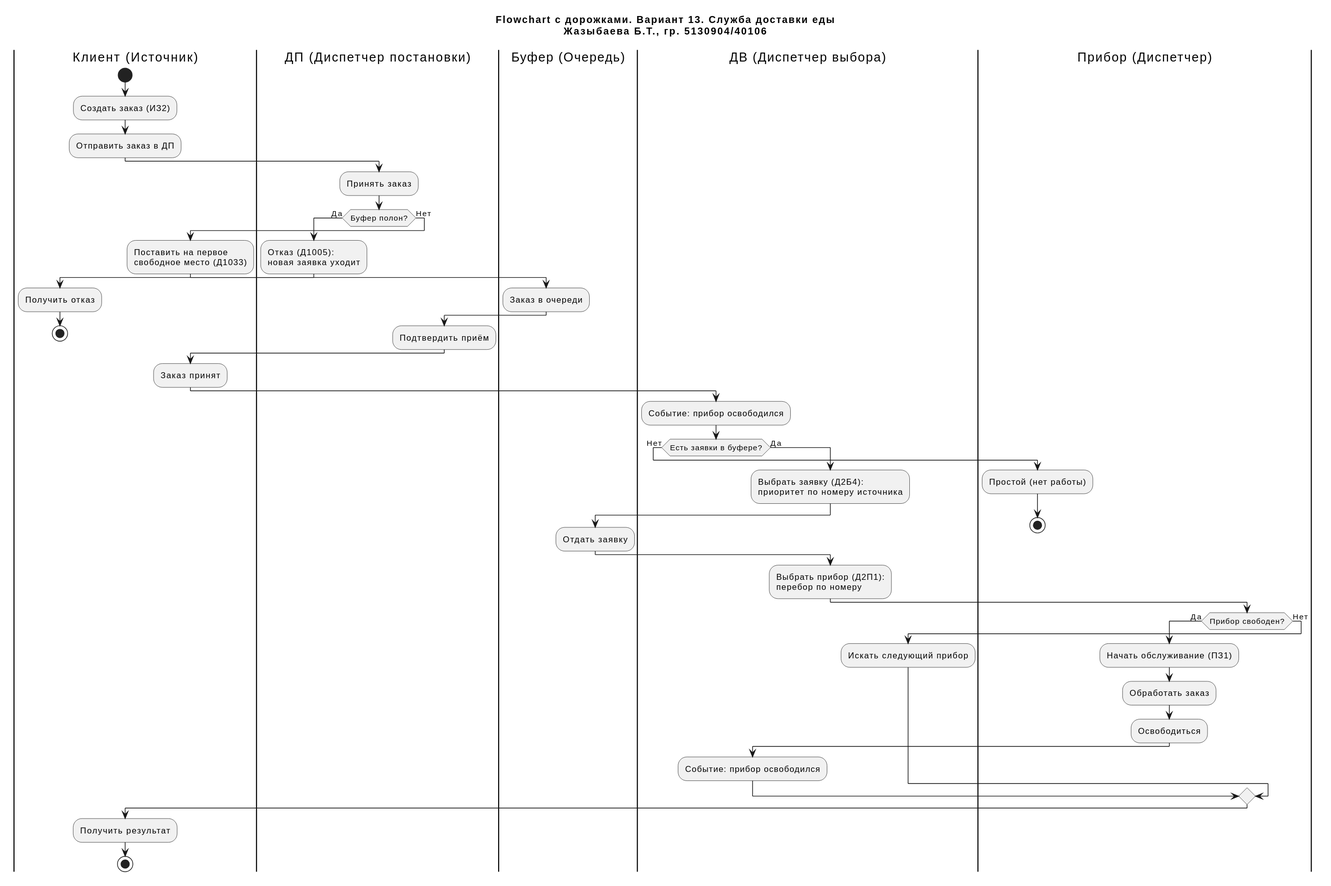
Before: flowchart.svg, a diagram exported from PlantUML (dsctannie/SMO_Variant13). Source of this version:
```plantuml
@startuml
title Flowchart с дорожками. Вариант 13. Служба доставки еды\nЖазыбаева Б.Т., гр. 5130904/40106

|Клиент (Источник)|
start
:Создать заказ (ИЗ2);
:Отправить заказ в ДП;

|ДП (Диспетчер постановки)|
:Принять заказ;
if (Буфер полон?) then (Да)
  :Отказ (Д1005):\nновая заявка уходит;
  |Клиент (Источник)|
  :Получить отказ;
  stop
else (Нет)
  :Поставить на первое\nсвободное место (Д1033);
  |Буфер (Очередь)|
  :Заказ в очереди;
  |ДП (Диспетчер постановки)|
  :Подтвердить приём;
  |Клиент (Источник)|
  :Заказ принят;
endif

|ДВ (Диспетчер выбора)|
:Событие: прибор освободился;
if (Есть заявки в буфере?) then (Нет)
  |Прибор (Диспетчер)|
  :Простой (нет работы);
  stop
else (Да)
  |ДВ (Диспетчер выбора)|
  :Выбрать заявку (Д2Б4):\nприоритет по номеру источника;
  |Буфер (Очередь)|
  :Отдать заявку;
  |ДВ (Диспетчер выбора)|
  :Выбрать прибор (Д2П1):\nперебор по номеру;
  |Прибор (Диспетчер)|
  if (Прибор свободен?) then (Да)
    :Начать обслуживание (ПЗ1);
    :Обработать заказ;
    :Освободиться;
    |ДВ (Диспетчер выбора)|
    :Событие: прибор освободился;
  else (Нет)
    |ДВ (Диспетчер выбора)|
    :Искать следующий прибор;
  endif
endif

|Клиент (Источник)|
:Получить результат;

stop
@enduml
```
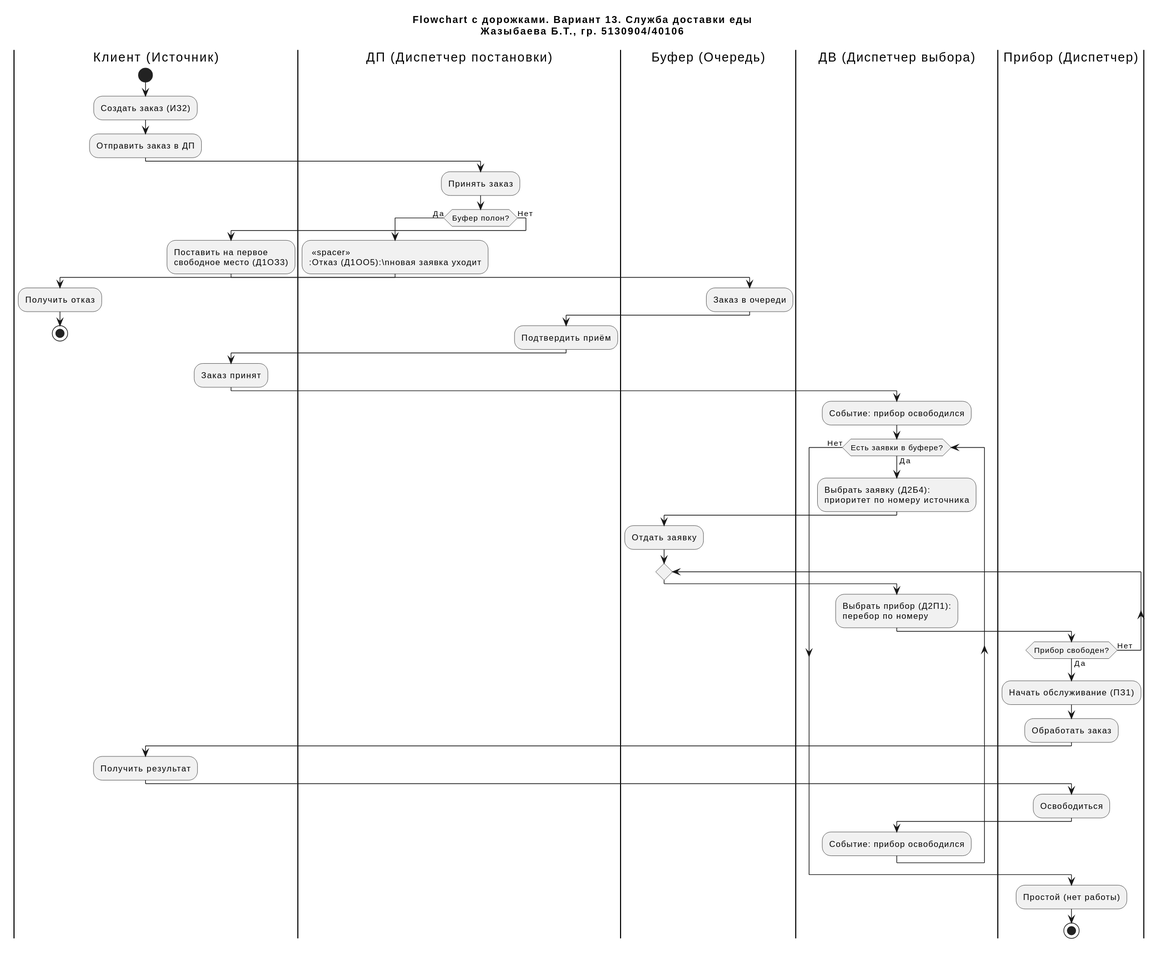
After the change.

Change to the diagram source:
```diff
@@ -1,5 +1,10 @@
 @startuml
 title Flowchart с дорожками. Вариант 13. Служба доставки еды\nЖазыбаева Б.Т., гр. 5130904/40106
+
+skinparam activity {
+  BackgroundColor<<spacer>> Transparent
+  BorderColor<<spacer>> Transparent
+}
 
 |Клиент (Источник)|
 start
@@ -9,48 +14,58 @@
 |ДП (Диспетчер постановки)|
 :Принять заказ;
 if (Буфер полон?) then (Да)
-  :Отказ (Д1005):\nновая заявка уходит;
+  : <<spacer>>
+  :Отказ (Д1ОО5):\nновая заявка уходит;
+
   |Клиент (Источник)|
   :Получить отказ;
   stop
 else (Нет)
-  :Поставить на первое\nсвободное место (Д1033);
+  :Поставить на первое\nсвободное место (Д1ОЗ3);
+
   |Буфер (Очередь)|
   :Заказ в очереди;
+
   |ДП (Диспетчер постановки)|
   :Подтвердить приём;
+
   |Клиент (Источник)|
   :Заказ принят;
 endif
 
 |ДВ (Диспетчер выбора)|
 :Событие: прибор освободился;
-if (Есть заявки в буфере?) then (Нет)
-  |Прибор (Диспетчер)|
-  :Простой (нет работы);
-  stop
-else (Да)
+
+while (Есть заявки в буфере?) is (Да)
+
   |ДВ (Диспетчер выбора)|
   :Выбрать заявку (Д2Б4):\nприоритет по номеру источника;
+
   |Буфер (Очередь)|
   :Отдать заявку;
+
+  repeat
+
+    |ДВ (Диспетчер выбора)|
+    :Выбрать прибор (Д2П1):\nперебор по номеру;
+
+    |Прибор (Диспетчер)|
+  repeat while (Прибор свободен?) is (Нет) not (Да)
+
+  :Начать обслуживание (ПЗ1);
+  :Обработать заказ;
+
+  |Клиент (Источник)|
+  :Получить результат;
+
+  |Прибор (Диспетчер)|
+  :Освободиться;
+
   |ДВ (Диспетчер выбора)|
-  :Выбрать прибор (Д2П1):\nперебор по номеру;
-  |Прибор (Диспетчер)|
-  if (Прибор свободен?) then (Да)
-    :Начать обслуживание (ПЗ1);
-    :Обработать заказ;
-    :Освободиться;
-    |ДВ (Диспетчер выбора)|
-    :Событие: прибор освободился;
-  else (Нет)
-    |ДВ (Диспетчер выбора)|
-    :Искать следующий прибор;
-  endif
-endif
+  :Событие: прибор освободился;
+endwhile (Нет)
 
-|Клиент (Источник)|
-:Получить результат;
-
+|Прибор (Диспетчер)|
+:Простой (нет работы);
 stop
 @enduml
```
